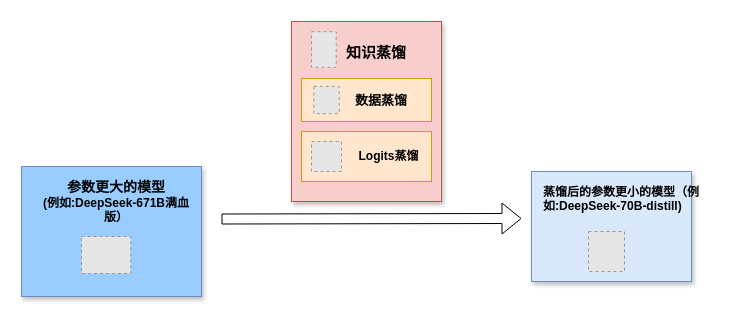
Earlier version of the draw.io diagram assets/知识蒸馏.drawio (ShizhongP/dl-notes). Source tidied: cells renumbered, new cells numbered last; positions are measured from the earlier drawing's top-left corner, leaving out a move shared by most shapes. Both pictures are drawn from the tidied source at 100%, with x=0, y=0 at pixel (21, 21). Pictures stored in the file or linked from it are replaced by grey dashed boxes.
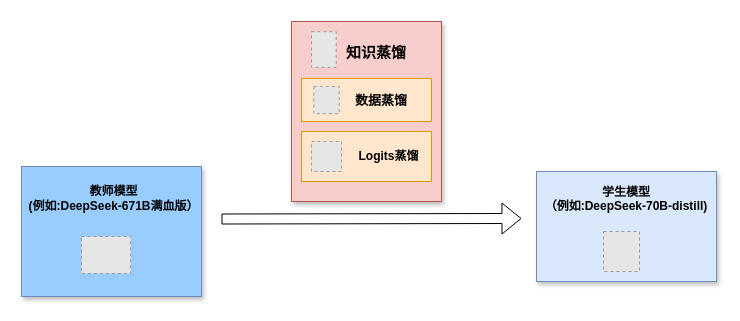
The same page after the edit.

Commit message:
更新知识蒸馏.drawio

Diff of the diagram source:
```diff
@@
 <mxGraphModel>
   <root>
     <mxCell id="0" />
     <mxCell id="1" parent="0" />
     <mxCell id="2" style="rounded=0;whiteSpace=wrap;html=1;fillColor=#99CCFF;strokeColor=#6c8ebf;shadow=1;" parent="1" vertex="1">
       <mxGeometry y="145" width="180" height="130" as="geometry" />
     </mxCell>
     <mxCell id="3" style="rounded=0;whiteSpace=wrap;html=1;fillColor=#f8cecc;strokeColor=#b85450;shadow=1;" parent="1" vertex="1">
       <mxGeometry x="270" width="150" height="180" as="geometry" />
     </mxCell>
     <mxCell id="4" style="fillColor=#E6E6E6;strokeColor=#999999;dashed=1;verticalLabelPosition=bottom;labelBackgroundColor=default;verticalAlign=top;" parent="1" vertex="1">
       <mxGeometry x="290" y="10.2" width="24.7" height="35.6" as="geometry" />
     </mxCell>
     <mxCell id="5" value="&lt;font style=&quot;font-size: 15px;&quot;&gt;&lt;b&gt;&lt;font&gt;知识蒸馏&lt;/font&gt;&lt;/b&gt;&lt;/font&gt;" style="text;html=1;align=center;verticalAlign=middle;whiteSpace=wrap;rounded=0;" parent="1" vertex="1">
       <mxGeometry x="320" y="15.8" width="70" height="30" as="geometry" />
     </mxCell>
     <mxCell id="6" style="rounded=0;whiteSpace=wrap;html=1;fillColor=#dae8fc;strokeColor=#6c8ebf;shadow=1;" parent="1" vertex="1">
-      <mxGeometry x="510" y="150" width="160" height="110" as="geometry" />
+      <mxGeometry x="515" y="150" width="180" height="110" as="geometry" />
     </mxCell>
     <mxCell id="7" style="shape=flexArrow;endArrow=classic;html=1;rounded=0;" parent="1" edge="1">
       <mxGeometry relative="1" as="geometry">
         <mxPoint x="200" y="197.5" as="sourcePoint" />
         <mxPoint x="500" y="197" as="targetPoint" />
       </mxGeometry>
     </mxCell>
     <mxCell id="8" style="rounded=0;whiteSpace=wrap;html=1;fillColor=#ffe6cc;strokeColor=#d79b00;" parent="1" vertex="1">
       <mxGeometry x="280" y="56.9" width="130" height="43.1" as="geometry" />
     </mxCell>
     <mxCell id="9" style="rounded=0;whiteSpace=wrap;html=1;fillColor=#ffe6cc;strokeColor=#d79b00;" parent="1" vertex="1">
       <mxGeometry x="280" y="110" width="130" height="50" as="geometry" />
     </mxCell>
-    <mxCell id="10" value="&lt;div&gt;&lt;b&gt;&lt;span style=&quot;color: rgb(0, 0, 0);&quot;&gt;&lt;font style=&quot;font-size: 14px;&quot;&gt;参数更大的模型&lt;/font&gt;&lt;/span&gt;&lt;br&gt;&lt;/b&gt;&lt;/div&gt;&lt;div&gt;&lt;b&gt;(例如:DeepSeek-671B满血版）&lt;/b&gt;&lt;/div&gt;" style="text;html=1;align=center;verticalAlign=middle;whiteSpace=wrap;rounded=0;" parent="1" vertex="1">
-      <mxGeometry x="15" y="160" width="160" height="40" as="geometry" />
+    <mxCell id="10" value="&lt;div&gt;&lt;b&gt;教师模型&lt;/b&gt;&lt;/div&gt;&lt;div&gt;&lt;b&gt;(例如:DeepSeek-671B满血版）&lt;/b&gt;&lt;/div&gt;" style="text;html=1;align=center;verticalAlign=middle;whiteSpace=wrap;rounded=0;" parent="1" vertex="1">
+      <mxGeometry x="5" y="156.9" width="175" height="40" as="geometry" />
     </mxCell>
     <mxCell id="11" style="fillColor=#E6E6E6;strokeColor=#999999;dashed=1;verticalLabelPosition=bottom;labelBackgroundColor=default;verticalAlign=top;" parent="1" vertex="1">
       <mxGeometry x="60" y="215" width="49.2" height="37" as="geometry" />
     </mxCell>
     <mxCell id="12" style="fillColor=#E6E6E6;strokeColor=#999999;dashed=1;verticalLabelPosition=bottom;labelBackgroundColor=default;verticalAlign=top;" parent="1" vertex="1">
       <mxGeometry x="290" y="120" width="30" height="30" as="geometry" />
     </mxCell>
     <mxCell id="13" value="&lt;b&gt;Logits蒸馏&lt;/b&gt;" style="text;html=1;align=center;verticalAlign=middle;whiteSpace=wrap;rounded=0;" parent="1" vertex="1">
       <mxGeometry x="320" y="110" width="95" height="50" as="geometry" />
     </mxCell>
     <mxCell id="14" style="fillColor=#E6E6E6;strokeColor=#999999;dashed=1;verticalLabelPosition=bottom;labelBackgroundColor=default;verticalAlign=top;" parent="1" vertex="1">
       <mxGeometry x="292.3" y="64.9" width="25.4" height="27.2" as="geometry" />
     </mxCell>
     <mxCell id="15" value="&lt;b&gt;&lt;font style=&quot;font-size: 13px;&quot;&gt;数据蒸馏&lt;/font&gt;&lt;/b&gt;" style="text;html=1;align=center;verticalAlign=middle;whiteSpace=wrap;rounded=0;" parent="1" vertex="1">
       <mxGeometry x="330" y="63.5" width="60" height="30" as="geometry" />
     </mxCell>
     <mxCell id="16" style="fillColor=#E6E6E6;strokeColor=#999999;dashed=1;verticalLabelPosition=bottom;labelBackgroundColor=default;verticalAlign=top;" parent="1" vertex="1">
-      <mxGeometry x="567" y="210" width="36" height="40" as="geometry" />
+      <mxGeometry x="582" y="210" width="36" height="40" as="geometry" />
     </mxCell>
-    <mxCell id="17" value="&lt;b&gt;蒸馏后的参数更小的模型（例如:DeepSeek-70B-distill)&lt;/b&gt;" style="text;whiteSpace=wrap;html=1;" parent="1" vertex="1">
-      <mxGeometry x="520" y="156.9" width="160" height="40" as="geometry" />
+    <mxCell id="17" value="&lt;div align=&quot;center&quot;&gt;&lt;b&gt;学生模型&lt;/b&gt;&lt;/div&gt;&lt;div align=&quot;center&quot;&gt;&lt;b&gt;（例如:DeepSeek-70B-distill)&lt;/b&gt;&lt;/div&gt;" style="text;whiteSpace=wrap;html=1;align=center;" parent="1" vertex="1">
+      <mxGeometry x="510" y="156.9" width="190" height="23.1" as="geometry" />
     </mxCell>
   </root>
 </mxGraphModel>
```
